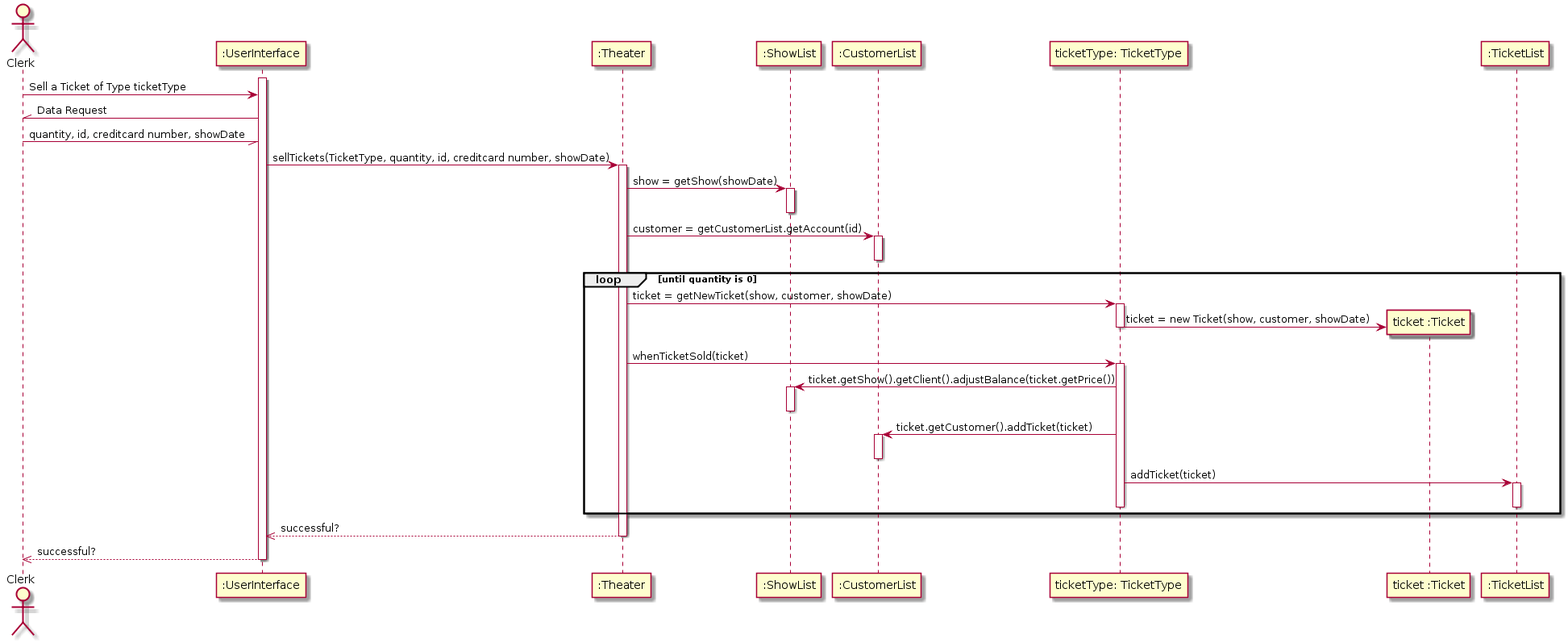
FreezeWarp/372Groupwork keeps this PlantUML diagram as src/SequenceDiagrams/SellTicket.png. Above is the earlier version.
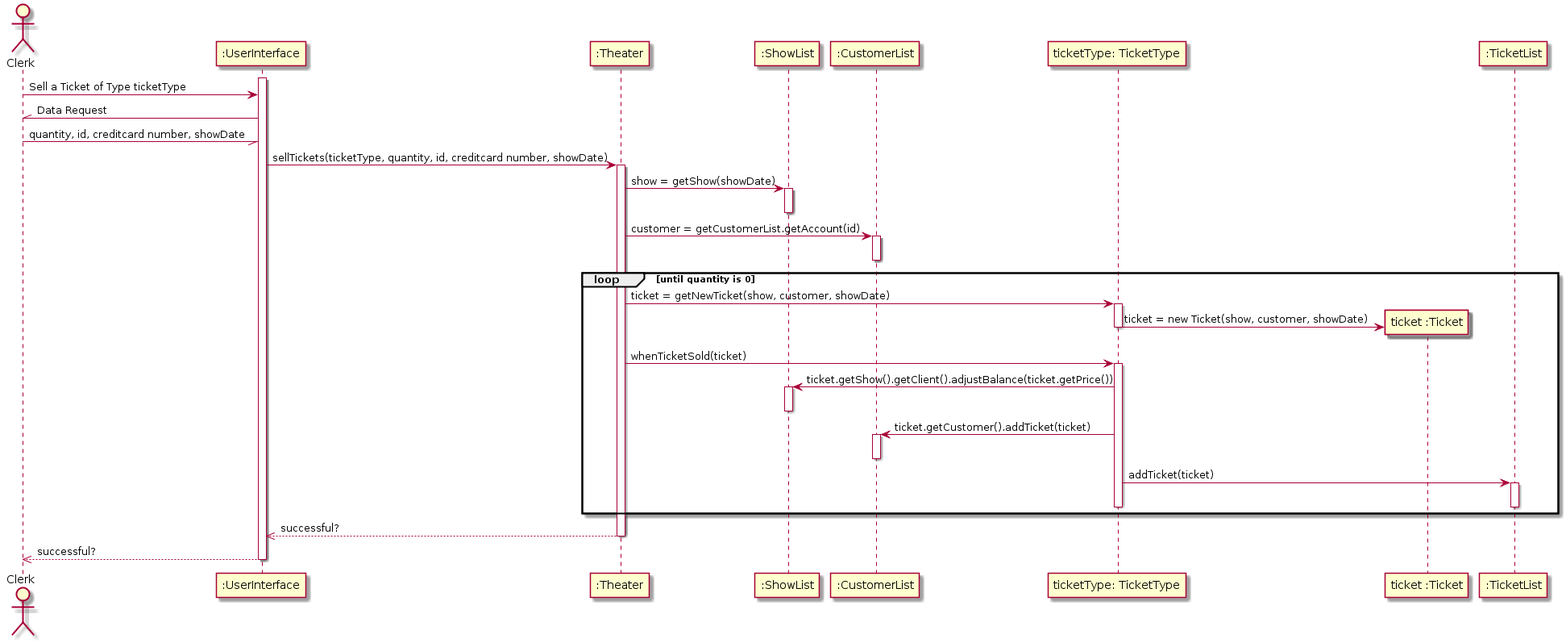
After the commit.

Commit message:
Remove (with dummy note) the other Sell Ticket Sequence Diagrams

The edit, as a diff of the source:
```diff
@@ -6,7 +6,7 @@
 Clerk -> ":UserInterface" : Sell a Ticket of Type ticketType
 Clerk //- ":UserInterface": Data Request
 Clerk -// ":UserInterface": quantity, id, creditcard number, showDate
-":UserInterface" -> ":Theater" : sellTickets(TicketType, quantity, id, creditcard number, showDate)
+":UserInterface" -> ":Theater" : sellTickets(ticketType, quantity, id, creditcard number, showDate)
 activate ":Theater"
 ":Theater" -> ":ShowList" : show = getShow(showDate)
 activate ":ShowList"
```
